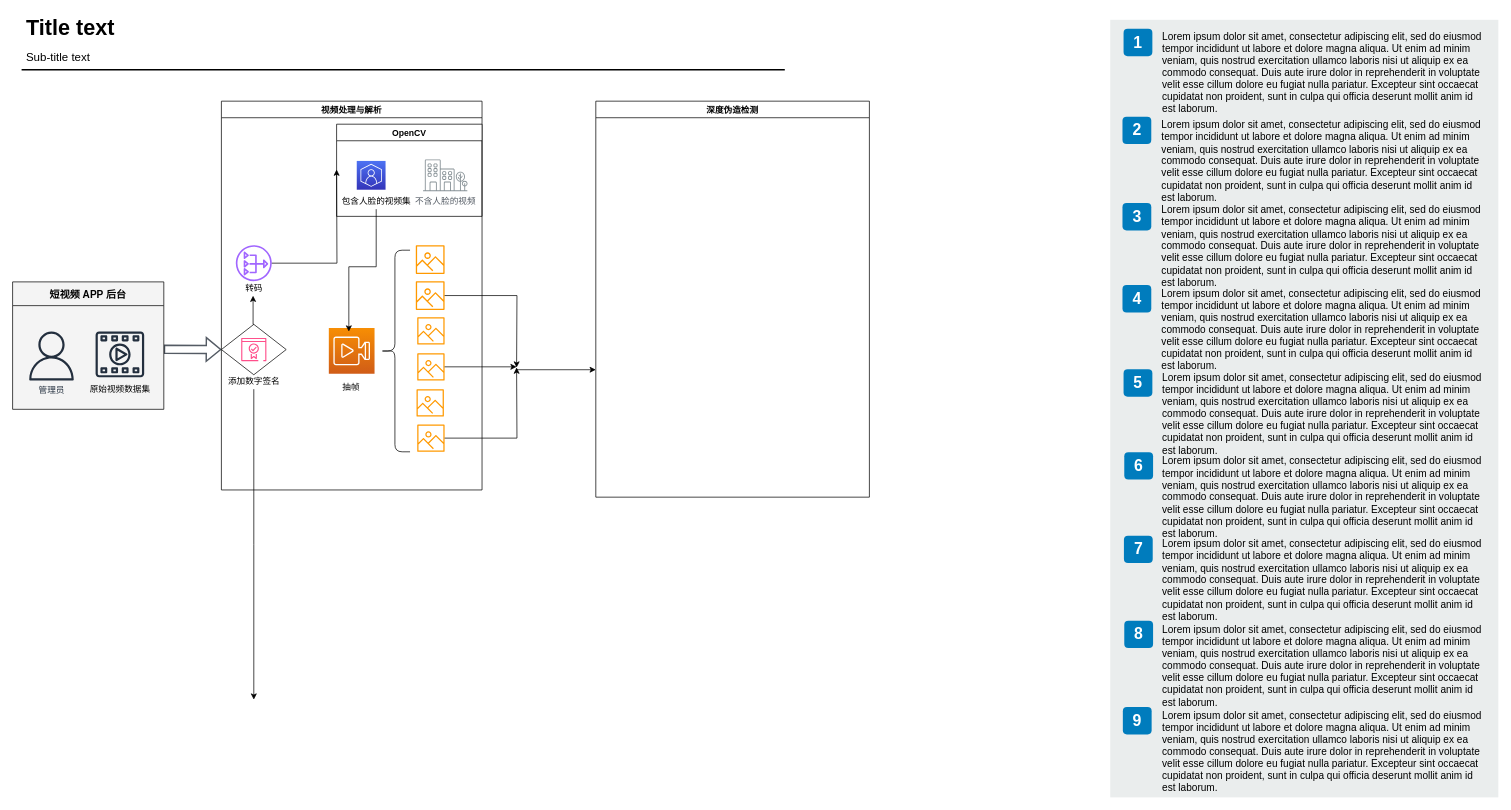
Above: Untitled Diagram.drawio in epc314/hello-world (draw.io), before the change. Source tidied: cells renumbered, new cells numbered last; positions are measured from the earlier drawing's top-left corner, leaving out a move shared by most shapes. Both pictures are drawn from the tidied source at 72%, with x=0, y=0 at pixel (12, 12).
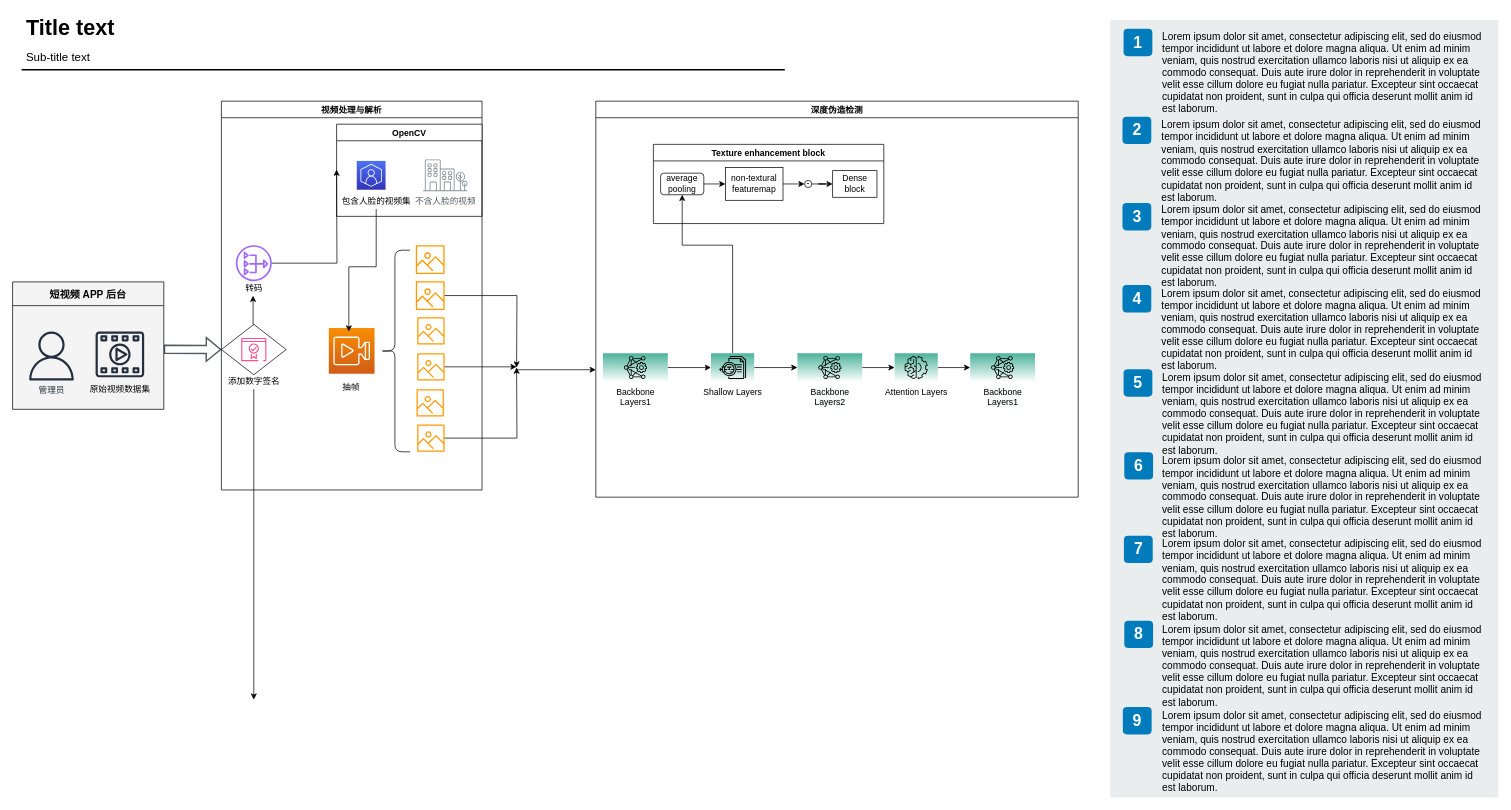
The same page after the edit.

Change to the diagram source:
```diff
@@
     <mxCell id="56" value="深度伪造检测" style="swimlane;" parent="1" vertex="1">
-      <mxGeometry x="810" y="124" width="380" height="550" as="geometry" />
+      <mxGeometry x="810" y="124" width="670" height="550" as="geometry" />
     </mxCell>
+    <mxCell id="57" value="Backbone&lt;br&gt;Layers1" style="sketch=0;points=[[0,0,0],[0.25,0,0],[0.5,0,0],[0.75,0,0],[1,0,0],[0,1,0],[0.25,1,0],[0.5,1,0],[0.75,1,0],[1,1,0],[0,0.25,0],[0,0.5,0],[0,0.75,0],[1,0.25,0],[1,0.5,0],[1,0.75,0]];outlineConnect=0;fontColor=#000000;gradientColor=#4AB29A;gradientDirection=north;fillColor=#ffffff;strokeColor=#000000;dashed=0;verticalLabelPosition=bottom;verticalAlign=top;align=center;html=1;fontSize=12;fontStyle=0;shape=mxgraph.aws4.resourceIcon;resIcon=mxgraph.aws4.deep_learning_amis;fontFamily=Helvetica;" parent="56" vertex="1">
+      <mxGeometry x="10" y="350" width="90" height="40" as="geometry" />
+    </mxCell>
+    <mxCell id="58" style="edgeStyle=orthogonalEdgeStyle;rounded=0;jettySize=auto;html=1;exitX=1;exitY=0.5;exitDx=0;exitDy=0;exitPerimeter=0;entryX=0;entryY=0.5;entryDx=0;entryDy=0;entryPerimeter=0;" parent="56" edge="1" source="59" target="65">
+      <mxGeometry relative="1" as="geometry" />
+    </mxCell>
+    <mxCell id="59" value="&lt;span style=&quot;color: rgb(0 , 0 , 0) ; font-family: &amp;#34;helvetica&amp;#34; ; font-size: 12px ; font-style: normal ; font-weight: 400 ; letter-spacing: normal ; text-align: center ; text-indent: 0px ; text-transform: none ; word-spacing: 0px ; background-color: rgb(248 , 249 , 250) ; display: inline ; float: none&quot;&gt;Backbone&lt;/span&gt;&lt;br style=&quot;color: rgb(0 , 0 , 0) ; font-family: &amp;#34;helvetica&amp;#34; ; font-size: 12px ; font-style: normal ; font-weight: 400 ; letter-spacing: normal ; text-align: center ; text-indent: 0px ; text-transform: none ; word-spacing: 0px ; background-color: rgb(248 , 249 , 250)&quot;&gt;&lt;span style=&quot;color: rgb(0 , 0 , 0) ; font-family: &amp;#34;helvetica&amp;#34; ; font-size: 12px ; font-style: normal ; font-weight: 400 ; letter-spacing: normal ; text-align: center ; text-indent: 0px ; text-transform: none ; word-spacing: 0px ; background-color: rgb(248 , 249 , 250) ; display: inline ; float: none&quot;&gt;Layers2&lt;/span&gt;&lt;br&gt;" style="sketch=0;points=[[0,0,0],[0.25,0,0],[0.5,0,0],[0.75,0,0],[1,0,0],[0,1,0],[0.25,1,0],[0.5,1,0],[0.75,1,0],[1,1,0],[0,0.25,0],[0,0.5,0],[0,0.75,0],[1,0.25,0],[1,0.5,0],[1,0.75,0]];outlineConnect=0;fontColor=#000000;gradientColor=#4AB29A;gradientDirection=north;fillColor=#ffffff;strokeColor=#000000;dashed=0;verticalLabelPosition=bottom;verticalAlign=top;align=center;html=1;fontSize=12;fontStyle=0;shape=mxgraph.aws4.resourceIcon;resIcon=mxgraph.aws4.deep_learning_amis;fontFamily=Helvetica;" parent="56" vertex="1">
+      <mxGeometry x="280" y="350" width="90" height="40" as="geometry" />
+    </mxCell>
+    <mxCell id="60" value="&lt;span style=&quot;color: rgb(0 , 0 , 0) ; font-family: &amp;#34;helvetica&amp;#34; ; font-size: 12px ; font-style: normal ; font-weight: 400 ; letter-spacing: normal ; text-align: center ; text-indent: 0px ; text-transform: none ; word-spacing: 0px ; background-color: rgb(248 , 249 , 250) ; display: inline ; float: none&quot;&gt;Backbone&lt;/span&gt;&lt;br style=&quot;color: rgb(0 , 0 , 0) ; font-family: &amp;#34;helvetica&amp;#34; ; font-size: 12px ; font-style: normal ; font-weight: 400 ; letter-spacing: normal ; text-align: center ; text-indent: 0px ; text-transform: none ; word-spacing: 0px ; background-color: rgb(248 , 249 , 250)&quot;&gt;&lt;span style=&quot;color: rgb(0 , 0 , 0) ; font-family: &amp;#34;helvetica&amp;#34; ; font-size: 12px ; font-style: normal ; font-weight: 400 ; letter-spacing: normal ; text-align: center ; text-indent: 0px ; text-transform: none ; word-spacing: 0px ; background-color: rgb(248 , 249 , 250) ; display: inline ; float: none&quot;&gt;Layers1&lt;/span&gt;&lt;br&gt;" style="sketch=0;points=[[0,0,0],[0.25,0,0],[0.5,0,0],[0.75,0,0],[1,0,0],[0,1,0],[0.25,1,0],[0.5,1,0],[0.75,1,0],[1,1,0],[0,0.25,0],[0,0.5,0],[0,0.75,0],[1,0.25,0],[1,0.5,0],[1,0.75,0]];outlineConnect=0;fontColor=#000000;gradientColor=#4AB29A;gradientDirection=north;fillColor=#ffffff;strokeColor=#000000;dashed=0;verticalLabelPosition=bottom;verticalAlign=top;align=center;html=1;fontSize=12;fontStyle=0;shape=mxgraph.aws4.resourceIcon;resIcon=mxgraph.aws4.deep_learning_amis;fontFamily=Helvetica;" parent="56" vertex="1">
+      <mxGeometry x="520" y="350" width="90" height="40" as="geometry" />
+    </mxCell>
+    <mxCell id="61" style="edgeStyle=orthogonalEdgeStyle;rounded=0;jettySize=auto;html=1;entryX=0;entryY=0.5;entryDx=0;entryDy=0;" parent="56" edge="1" source="62" target="59">
+      <mxGeometry relative="1" as="geometry" />
+    </mxCell>
+    <mxCell id="62" value="Shallow Layers" style="sketch=0;points=[[0,0,0],[0.25,0,0],[0.5,0,0],[0.75,0,0],[1,0,0],[0,1,0],[0.25,1,0],[0.5,1,0],[0.75,1,0],[1,1,0],[0,0.25,0],[0,0.5,0],[0,0.75,0],[1,0.25,0],[1,0.5,0],[1,0.75,0]];outlineConnect=0;fontColor=#000000;gradientColor=#4AB29A;gradientDirection=north;fillColor=#ffffff;strokeColor=#000000;dashed=0;verticalLabelPosition=bottom;verticalAlign=top;align=center;html=1;fontSize=12;fontStyle=0;shape=mxgraph.aws4.resourceIcon;resIcon=mxgraph.aws4.textract;fontFamily=Helvetica;" parent="56" vertex="1">
+      <mxGeometry x="160" y="350" width="60" height="40" as="geometry" />
+    </mxCell>
+    <mxCell id="63" style="edgeStyle=orthogonalEdgeStyle;rounded=0;jettySize=auto;html=1;" parent="56" edge="1" source="57" target="62">
+      <mxGeometry relative="1" as="geometry" />
+    </mxCell>
+    <mxCell id="64" style="edgeStyle=orthogonalEdgeStyle;rounded=0;jettySize=auto;html=1;exitX=1;exitY=0.5;exitDx=0;exitDy=0;exitPerimeter=0;entryX=0;entryY=0.5;entryDx=0;entryDy=0;entryPerimeter=0;" parent="56" edge="1" source="65" target="60">
+      <mxGeometry relative="1" as="geometry" />
+    </mxCell>
+    <mxCell id="65" value="Attention Layers" style="sketch=0;points=[[0,0,0],[0.25,0,0],[0.5,0,0],[0.75,0,0],[1,0,0],[0,1,0],[0.25,1,0],[0.5,1,0],[0.75,1,0],[1,1,0],[0,0.25,0],[0,0.5,0],[0,0.75,0],[1,0.25,0],[1,0.5,0],[1,0.75,0]];outlineConnect=0;fontColor=#000000;gradientColor=#4AB29A;gradientDirection=north;fillColor=#ffffff;strokeColor=#000000;dashed=0;verticalLabelPosition=bottom;verticalAlign=top;align=center;html=1;fontSize=12;fontStyle=0;shape=mxgraph.aws4.resourceIcon;resIcon=mxgraph.aws4.machine_learning;fontFamily=Helvetica;" parent="56" vertex="1">
+      <mxGeometry x="415" y="350" width="60" height="40" as="geometry" />
+    </mxCell>
+    <mxCell id="66" value="Texture enhancement block" style="swimlane;" parent="56" vertex="1">
+      <mxGeometry x="80" y="60" width="320" height="110" as="geometry" />
+    </mxCell>
+    <mxCell id="67" value="average pooling" style="rounded=1;whiteSpace=wrap;html=1;" parent="66" vertex="1">
+      <mxGeometry x="10" y="40" width="60" height="30" as="geometry" />
+    </mxCell>
+    <mxCell id="68" style="edgeStyle=orthogonalEdgeStyle;rounded=0;jettySize=auto;html=1;entryX=0;entryY=0.5;entryDx=0;entryDy=0;" parent="66" edge="1" source="69" target="73">
+      <mxGeometry relative="1" as="geometry" />
+    </mxCell>
+    <mxCell id="69" value="non-textural featuremap" style="rounded=0;whiteSpace=wrap;html=1;" parent="66" vertex="1">
+      <mxGeometry x="100" y="32.2" width="80" height="45.5" as="geometry" />
+    </mxCell>
+    <mxCell id="70" style="edgeStyle=orthogonalEdgeStyle;rounded=0;jettySize=auto;html=1;exitX=1;exitY=0.5;exitDx=0;exitDy=0;" parent="66" edge="1" source="67" target="69">
+      <mxGeometry relative="1" as="geometry" />
+    </mxCell>
+    <mxCell id="71" value="Dense block" style="rounded=0;whiteSpace=wrap;html=1;" parent="66" vertex="1">
+      <mxGeometry x="249" y="36.5" width="61.5" height="37" as="geometry" />
+    </mxCell>
+    <mxCell id="72" style="edgeStyle=orthogonalEdgeStyle;rounded=0;jettySize=auto;html=1;" parent="66" edge="1" source="73" target="71">
+      <mxGeometry relative="1" as="geometry" />
+    </mxCell>
+    <mxCell id="73" value="-&lt;br&gt;" style="ellipse;whiteSpace=wrap;html=1;" parent="66" vertex="1">
+      <mxGeometry x="210" y="50" width="10" height="10" as="geometry" />
+    </mxCell>
+    <mxCell id="74" style="edgeStyle=orthogonalEdgeStyle;rounded=0;jettySize=auto;html=1;entryX=0.5;entryY=1;entryDx=0;entryDy=0;" parent="56" edge="1" source="62" target="67">
+      <mxGeometry relative="1" as="geometry">
+        <Array as="points">
+          <mxPoint x="190" y="200" />
+          <mxPoint x="120" y="200" />
+        </Array>
+      </mxGeometry>
+    </mxCell>
```
